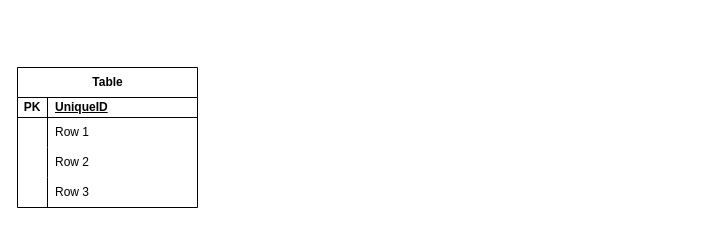
Before: MCD/ssts-db.drawio in Phylosius/draw.io, a draw.io diagram. Source tidied: cells renumbered, new cells numbered last; positions are measured from the earlier drawing's top-left corner, leaving out a move shared by most shapes. Both pictures are drawn from the tidied source at 100%, with x=0, y=0 at pixel (17, 67).
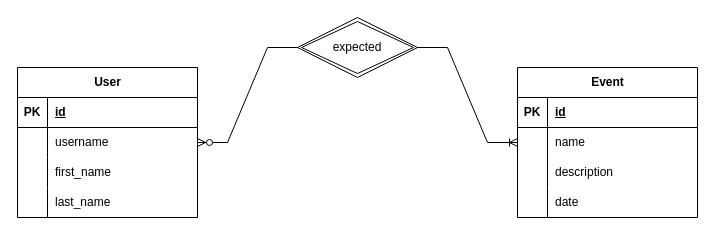
Above is the later version.

Commit message (it also covers changes not shown here):
Mettre à jour ssts-db.drawio

What changed in the source:
```diff
@@
-    <mxCell id="2" value="Table" style="shape=table;startSize=30;childLayout=tableLayout;rowLines=0;fontStyle=1;align=center;html=1;" parent="1" vertex="1">
-      <mxGeometry width="180" height="140" as="geometry" />
+    <mxCell id="2" value="User" style="shape=table;startSize=30;childLayout=tableLayout;rowLines=0;fontStyle=1;align=center;html=1;" parent="1" vertex="1">
+      <mxGeometry width="180" height="150" as="geometry" />
     </mxCell>
     <mxCell id="3" style="shape=tableRow;horizontal=0;startSize=0;swimlaneHead=0;swimlaneBody=0;fillColor=none;top=0;left=0;right=0;bottom=1;" parent="2" vertex="1">
-      <mxGeometry y="30" width="180" height="20" as="geometry" />
+      <mxGeometry y="30" width="180" height="30" as="geometry" />
     </mxCell>
     <mxCell id="4" value="PK" style="shape=partialRectangle;fillColor=none;top=0;left=0;bottom=0;right=0;fontStyle=1;overflow=hidden;whiteSpace=wrap;html=1;" parent="3" vertex="1">
-      <mxGeometry width="30" height="20" as="geometry" />
+      <mxGeometry width="30" height="30" as="geometry" />
     </mxCell>
-    <mxCell id="5" value="UniqueID" style="shape=partialRectangle;fillColor=none;top=0;left=0;bottom=0;right=0;align=left;spacingLeft=6;fontStyle=5;overflow=hidden;whiteSpace=wrap;html=1;" parent="3" vertex="1">
-      <mxGeometry x="30" width="150" height="20" as="geometry" />
+    <mxCell id="5" value="id" style="shape=partialRectangle;fillColor=none;top=0;left=0;bottom=0;right=0;align=left;spacingLeft=6;fontStyle=5;overflow=hidden;whiteSpace=wrap;html=1;" parent="3" vertex="1">
+      <mxGeometry x="30" width="150" height="30" as="geometry" />
     </mxCell>
     <mxCell id="6" style="shape=tableRow;horizontal=0;startSize=0;swimlaneHead=0;swimlaneBody=0;fillColor=none;points=[[0,0.5],[1,0.5]];portConstraint=eastwest;top=0;left=0;right=0;bottom=0;" parent="2" vertex="1">
-      <mxGeometry y="50" width="180" height="30" as="geometry" />
+      <mxGeometry y="60" width="180" height="30" as="geometry" />
     </mxCell>
@@
-    <mxCell id="8" value="Row 1" style="shape=partialRectangle;fillColor=none;top=0;left=0;bottom=0;right=0;align=left;spacingLeft=6;overflow=hidden;whiteSpace=wrap;html=1;" parent="6" vertex="1">
+    <mxCell id="8" value="username" style="shape=partialRectangle;fillColor=none;top=0;left=0;bottom=0;right=0;align=left;spacingLeft=6;overflow=hidden;whiteSpace=wrap;html=1;" parent="6" vertex="1">
       <mxGeometry x="30" width="150" height="30" as="geometry" />
     </mxCell>
     <mxCell id="9" style="shape=tableRow;horizontal=0;startSize=0;swimlaneHead=0;swimlaneBody=0;fillColor=none;top=0;left=0;right=0;bottom=0;" parent="2" vertex="1">
-      <mxGeometry y="80" width="180" height="30" as="geometry" />
+      <mxGeometry y="90" width="180" height="30" as="geometry" />
     </mxCell>
@@
-    <mxCell id="11" value="Row 2" style="shape=partialRectangle;fillColor=none;top=0;left=0;bottom=0;right=0;align=left;spacingLeft=6;overflow=hidden;whiteSpace=wrap;html=1;" parent="9" vertex="1">
+    <mxCell id="11" value="first_name" style="shape=partialRectangle;fillColor=none;top=0;left=0;bottom=0;right=0;align=left;spacingLeft=6;overflow=hidden;whiteSpace=wrap;html=1;" parent="9" vertex="1">
       <mxGeometry x="30" width="150" height="30" as="geometry" />
     </mxCell>
     <mxCell id="12" style="shape=tableRow;horizontal=0;startSize=0;swimlaneHead=0;swimlaneBody=0;fillColor=none;top=0;left=0;right=0;bottom=0;" parent="2" vertex="1">
-      <mxGeometry y="110" width="180" height="30" as="geometry" />
+      <mxGeometry y="120" width="180" height="30" as="geometry" />
     </mxCell>
@@
-    <mxCell id="14" value="Row 3" style="shape=partialRectangle;fillColor=none;top=0;left=0;bottom=0;right=0;align=left;spacingLeft=6;overflow=hidden;whiteSpace=wrap;html=1;" parent="12" vertex="1">
+    <mxCell id="14" value="last_name" style="shape=partialRectangle;fillColor=none;top=0;left=0;bottom=0;right=0;align=left;spacingLeft=6;overflow=hidden;whiteSpace=wrap;html=1;" parent="12" vertex="1">
       <mxGeometry x="30" width="150" height="30" as="geometry" />
     </mxCell>
+    <mxCell id="15" value="Event" style="shape=table;startSize=30;childLayout=tableLayout;rowLines=0;fontStyle=1;align=center;html=1;" parent="1" vertex="1">
+      <mxGeometry x="500" width="180" height="150" as="geometry" />
+    </mxCell>
+    <mxCell id="16" style="shape=tableRow;horizontal=0;startSize=0;swimlaneHead=0;swimlaneBody=0;fillColor=none;top=0;left=0;right=0;bottom=1;" parent="15" vertex="1">
+      <mxGeometry y="30" width="180" height="30" as="geometry" />
+    </mxCell>
+    <mxCell id="17" value="PK" style="shape=partialRectangle;fillColor=none;top=0;left=0;bottom=0;right=0;fontStyle=1;overflow=hidden;whiteSpace=wrap;html=1;" parent="16" vertex="1">
+      <mxGeometry width="30" height="30" as="geometry" />
+    </mxCell>
+    <mxCell id="18" value="id" style="shape=partialRectangle;fillColor=none;top=0;left=0;bottom=0;right=0;align=left;spacingLeft=6;fontStyle=5;overflow=hidden;whiteSpace=wrap;html=1;" parent="16" vertex="1">
+      <mxGeometry x="30" width="150" height="30" as="geometry" />
+    </mxCell>
+    <mxCell id="19" style="shape=tableRow;horizontal=0;startSize=0;swimlaneHead=0;swimlaneBody=0;fillColor=none;points=[[0,0.5],[1,0.5]];portConstraint=eastwest;top=0;left=0;right=0;bottom=0;" parent="15" vertex="1">
+      <mxGeometry y="60" width="180" height="30" as="geometry" />
+    </mxCell>
+    <mxCell id="20" style="shape=partialRectangle;fillColor=none;top=0;left=0;bottom=0;right=0;overflow=hidden;whiteSpace=wrap;html=1;" parent="19" vertex="1">
+      <mxGeometry width="30" height="30" as="geometry" />
+    </mxCell>
+    <mxCell id="21" value="name" style="shape=partialRectangle;fillColor=none;top=0;left=0;bottom=0;right=0;align=left;spacingLeft=6;overflow=hidden;whiteSpace=wrap;html=1;" parent="19" vertex="1">
+      <mxGeometry x="30" width="150" height="30" as="geometry" />
+    </mxCell>
+    <mxCell id="22" style="shape=tableRow;horizontal=0;startSize=0;swimlaneHead=0;swimlaneBody=0;fillColor=none;top=0;left=0;right=0;bottom=0;" parent="15" vertex="1">
+      <mxGeometry y="90" width="180" height="30" as="geometry" />
+    </mxCell>
+    <mxCell id="23" style="shape=partialRectangle;fillColor=none;top=0;left=0;bottom=0;right=0;overflow=hidden;whiteSpace=wrap;html=1;" parent="22" vertex="1">
+      <mxGeometry width="30" height="30" as="geometry" />
+    </mxCell>
+    <mxCell id="24" value="description" style="shape=partialRectangle;fillColor=none;top=0;left=0;bottom=0;right=0;align=left;spacingLeft=6;overflow=hidden;whiteSpace=wrap;html=1;" parent="22" vertex="1">
+      <mxGeometry x="30" width="150" height="30" as="geometry" />
+    </mxCell>
+    <mxCell id="25" style="shape=tableRow;horizontal=0;startSize=0;swimlaneHead=0;swimlaneBody=0;fillColor=none;top=0;left=0;right=0;bottom=0;" parent="15" vertex="1">
+      <mxGeometry y="120" width="180" height="30" as="geometry" />
+    </mxCell>
+    <mxCell id="26" style="shape=partialRectangle;fillColor=none;top=0;left=0;bottom=0;right=0;overflow=hidden;whiteSpace=wrap;html=1;" parent="25" vertex="1">
+      <mxGeometry width="30" height="30" as="geometry" />
+    </mxCell>
+    <mxCell id="27" value="date" style="shape=partialRectangle;fillColor=none;top=0;left=0;bottom=0;right=0;align=left;spacingLeft=6;overflow=hidden;whiteSpace=wrap;html=1;" parent="25" vertex="1">
+      <mxGeometry x="30" width="150" height="30" as="geometry" />
+    </mxCell>
+    <mxCell id="28" value="expected" style="shape=rhombus;double=1;perimeter=rhombusPerimeter;whiteSpace=wrap;html=1;align=center;" parent="1" vertex="1">
+      <mxGeometry x="280" y="-50" width="120" height="60" as="geometry" />
+    </mxCell>
+    <mxCell id="29" style="edgeStyle=entityRelationEdgeStyle;fontSize=12;html=1;endArrow=ERoneToMany;rounded=0;entryX=0;entryY=0.5;entryDx=0;entryDy=0;exitX=1;exitY=0.5;exitDx=0;exitDy=0;" parent="1" edge="1" source="28" target="19">
+      <mxGeometry relative="1" as="geometry" />
+    </mxCell>
+    <mxCell id="30" style="edgeStyle=entityRelationEdgeStyle;fontSize=12;html=1;endArrow=ERzeroToMany;endFill=1;rounded=0;entryX=1;entryY=0.5;entryDx=0;entryDy=0;exitX=0;exitY=0.5;exitDx=0;exitDy=0;" parent="1" edge="1" source="28" target="6">
+      <mxGeometry relative="1" as="geometry" />
+    </mxCell>
```
